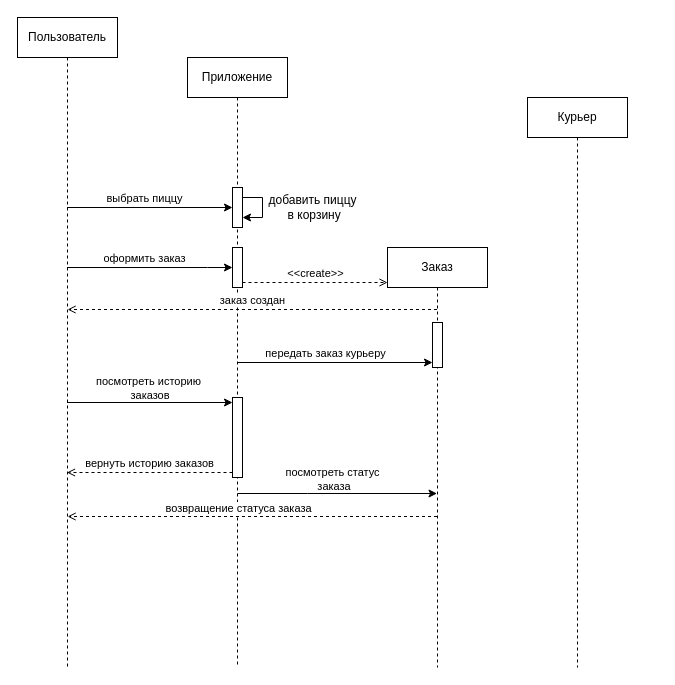
Earlier version of the draw.io diagram ДиаграммаПоследовательности.drawio (hard-gainer/UML). Source tidied: cells renumbered, new cells numbered last; positions are measured from the earlier drawing's top-left corner, leaving out a move shared by most shapes. Both pictures are drawn from the tidied source at 100%, with x=0, y=0 at pixel (17, 17).
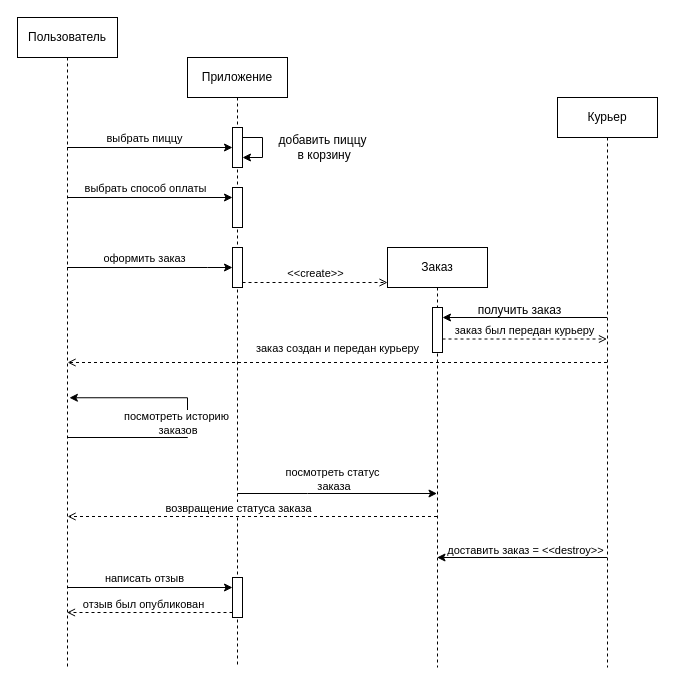
The same page after the edit.

The change refers to these unchanged cells:
```xml
<mxCell id="4" value="Пользователь" style="shape=umlLifeline;perimeter=lifelinePerimeter;whiteSpace=wrap;html=1;outlineConnect=0;portConstraint=eastwest;newEdgeStyle={&quot;edgeStyle&quot;:&quot;elbowEdgeStyle&quot;,&quot;elbow&quot;:&quot;vertical&quot;,&quot;curved&quot;:0,&quot;rounded&quot;:0};" parent="1" vertex="1">
  <mxGeometry width="100" height="650" as="geometry" />
</mxCell>
<mxCell id="5" value="Приложение" style="shape=umlLifeline;perimeter=lifelinePerimeter;whiteSpace=wrap;html=1;outlineConnect=0;portConstraint=eastwest;newEdgeStyle={&quot;edgeStyle&quot;:&quot;elbowEdgeStyle&quot;,&quot;elbow&quot;:&quot;vertical&quot;,&quot;curved&quot;:0,&quot;rounded&quot;:0};" parent="1" vertex="1">
  <mxGeometry x="170" y="40" width="100" height="610" as="geometry" />
</mxCell>
<mxCell id="12" value="Заказ" style="shape=umlLifeline;perimeter=lifelinePerimeter;whiteSpace=wrap;html=1;outlineConnect=0;portConstraint=eastwest;newEdgeStyle={&quot;edgeStyle&quot;:&quot;elbowEdgeStyle&quot;,&quot;elbow&quot;:&quot;vertical&quot;,&quot;curved&quot;:0,&quot;rounded&quot;:0};" parent="1" vertex="1">
  <mxGeometry x="370" y="230" width="100" height="420" as="geometry" />
</mxCell>
```

Change to the diagram source:
```diff
@@
     <mxCell id="6" style="html=1;points=[[0,0,0,0,5],[0,1,0,0,-5],[1,0,0,0,5],[1,1,0,0,-5]];perimeter=orthogonalPerimeter;outlineConnect=0;targetShapes=umlLifeline;portConstraint=eastwest;newEdgeStyle={&quot;curved&quot;:0,&quot;rounded&quot;:0};" parent="5" vertex="1">
-      <mxGeometry x="45" y="130" width="10" height="40" as="geometry" />
+      <mxGeometry x="45" y="70" width="10" height="40" as="geometry" />
     </mxCell>
@@
-    <mxCell id="9" style="html=1;points=[[0,0,0,0,5],[0,1,0,0,-5],[1,0,0,0,5],[1,1,0,0,-5]];perimeter=orthogonalPerimeter;outlineConnect=0;targetShapes=umlLifeline;portConstraint=eastwest;newEdgeStyle={&quot;curved&quot;:0,&quot;rounded&quot;:0};" parent="5" vertex="1">
-      <mxGeometry x="45" y="340" width="10" height="80" as="geometry" />
-    </mxCell>
+    <mxCell id="26" style="html=1;points=[[0,0,0,0,5],[0,1,0,0,-5],[1,0,0,0,5],[1,1,0,0,-5]];perimeter=orthogonalPerimeter;outlineConnect=0;targetShapes=umlLifeline;portConstraint=eastwest;newEdgeStyle={&quot;curved&quot;:0,&quot;rounded&quot;:0};" parent="5" vertex="1">
+      <mxGeometry x="45" y="130" width="10" height="40" as="geometry" />
+    </mxCell>
+    <mxCell id="27" style="html=1;points=[[0,0,0,0,5],[0,1,0,0,-5],[1,0,0,0,5],[1,1,0,0,-5]];perimeter=orthogonalPerimeter;outlineConnect=0;targetShapes=umlLifeline;portConstraint=eastwest;newEdgeStyle={&quot;curved&quot;:0,&quot;rounded&quot;:0};" parent="5" vertex="1">
+      <mxGeometry x="45" y="520" width="10" height="40" as="geometry" />
+    </mxCell>
+    <mxCell id="28" style="edgeStyle=elbowEdgeStyle;rounded=0;jettySize=auto;html=1;elbow=vertical;curved=0;" parent="1" edge="1" source="10" target="13">
+      <mxGeometry relative="1" as="geometry">
+        <Array as="points">
+          <mxPoint x="430" y="300" />
+        </Array>
+      </mxGeometry>
+    </mxCell>
     <mxCell id="10" value="Курьер" style="shape=umlLifeline;perimeter=lifelinePerimeter;whiteSpace=wrap;html=1;outlineConnect=0;portConstraint=eastwest;newEdgeStyle={&quot;edgeStyle&quot;:&quot;elbowEdgeStyle&quot;,&quot;elbow&quot;:&quot;vertical&quot;,&quot;curved&quot;:0,&quot;rounded&quot;:0};" parent="1" vertex="1">
-      <mxGeometry x="510" y="80" width="100" height="570" as="geometry" />
+      <mxGeometry x="540" y="80" width="100" height="570" as="geometry" />
     </mxCell>
     <mxCell id="11" value="добавить пиццу&lt;div&gt;&amp;nbsp;в корзину&lt;/div&gt;" style="text;html=1;align=center;verticalAlign=middle;strokeColor=none;fillColor=none;" parent="1" vertex="1">
-      <mxGeometry x="240" y="170" width="110" height="40" as="geometry" />
+      <mxGeometry x="250" y="110" width="110" height="40" as="geometry" />
     </mxCell>
@@
     <mxCell id="13" style="html=1;points=[[0,0,0,0,5],[0,1,0,0,-5],[1,0,0,0,5],[1,1,0,0,-5]];perimeter=orthogonalPerimeter;outlineConnect=0;targetShapes=umlLifeline;portConstraint=eastwest;newEdgeStyle={&quot;curved&quot;:0,&quot;rounded&quot;:0};" parent="12" vertex="1">
-      <mxGeometry x="45" y="75" width="10" height="45" as="geometry" />
+      <mxGeometry x="45" y="60" width="10" height="45" as="geometry" />
     </mxCell>
@@
-    <mxCell id="16" style="edgeStyle=elbowEdgeStyle;rounded=0;jettySize=auto;html=1;elbow=vertical;curved=0;entryX=0;entryY=0;entryDx=0;entryDy=5;entryPerimeter=0;" parent="1" edge="1" source="4" target="9">
-      <mxGeometry relative="1" as="geometry">
-        <Array as="points">
-          <mxPoint x="100" y="385" />
-          <mxPoint x="20" y="360" />
-          <mxPoint x="10" y="370" />
-        </Array>
-      </mxGeometry>
-    </mxCell>
-    <mxCell id="17" value="посмотреть историю&lt;div&gt;&amp;nbsp;заказов&lt;/div&gt;" style="edgeLabel;html=1;align=center;verticalAlign=middle;" parent="16" vertex="1">
-      <mxGeometry x="-0.24" y="1" relative="1" as="geometry">
-        <mxPoint x="18" y="-14" as="offset" />
-      </mxGeometry>
-    </mxCell>
@@
-    <mxCell id="19" value="вернуть историю заказов" style="html=1;verticalAlign=bottom;labelBackgroundColor=none;endArrow=open;endFill=0;dashed=1;rounded=0;exitX=0;exitY=1;exitDx=0;exitDy=-5;exitPerimeter=0;" parent="1" edge="1" source="9" target="4">
-      <mxGeometry relative="1" as="geometry" />
-    </mxCell>
@@
-    <mxCell id="22" value="заказ создан" style="html=1;verticalAlign=bottom;labelBackgroundColor=default;endArrow=open;endFill=0;dashed=1;rounded=0;" parent="1" edge="1">
-      <mxGeometry relative="1" as="geometry">
-        <mxPoint x="419.5" y="292" as="sourcePoint" />
-        <mxPoint x="50.1" y="292" as="targetPoint" />
+    <mxCell id="22" value="заказ создан и передан курьеру" style="html=1;verticalAlign=bottom;labelBackgroundColor=default;endArrow=open;endFill=0;dashed=1;rounded=0;" parent="1" edge="1" source="10">
+      <mxGeometry y="-5" relative="1" as="geometry">
+        <mxPoint x="50.1" y="345" as="targetPoint" />
       </mxGeometry>
     </mxCell>
@@
-    <mxCell id="24" style="edgeStyle=elbowEdgeStyle;rounded=0;jettySize=auto;html=1;elbow=vertical;curved=0;" parent="1" edge="1" source="5" target="13">
-      <mxGeometry relative="1" as="geometry">
-        <Array as="points">
-          <mxPoint x="261" y="323" />
-          <mxPoint x="246" y="337.8" />
-        </Array>
-      </mxGeometry>
-    </mxCell>
-    <mxCell id="25" value="передать заказ курьеру" style="edgeLabel;html=1;align=center;verticalAlign=middle;" parent="24" vertex="1">
-      <mxGeometry x="-0.24" y="1" relative="1" as="geometry">
-        <mxPoint x="14" y="-9" as="offset" />
-      </mxGeometry>
-    </mxCell>
+    <mxCell id="29" style="edgeStyle=elbowEdgeStyle;rounded=0;jettySize=auto;html=1;elbow=vertical;curved=0;" parent="1" edge="1" target="26">
+      <mxGeometry relative="1" as="geometry">
+        <mxPoint x="50.3" y="180" as="sourcePoint" />
+        <Array as="points">
+          <mxPoint x="213" y="180" />
+        </Array>
+      </mxGeometry>
+    </mxCell>
+    <mxCell id="30" value="выбрать способ оплаты" style="edgeLabel;html=1;align=center;verticalAlign=middle;" parent="29" vertex="1">
+      <mxGeometry x="-0.24" y="1" relative="1" as="geometry">
+        <mxPoint x="14" y="-9" as="offset" />
+      </mxGeometry>
+    </mxCell>
+    <mxCell id="31" style="edgeStyle=elbowEdgeStyle;rounded=0;jettySize=auto;html=1;elbow=vertical;curved=0;" parent="1" edge="1" source="10" target="12">
+      <mxGeometry relative="1" as="geometry">
+        <Array as="points">
+          <mxPoint x="500" y="540" />
+          <mxPoint x="416" y="575.8" />
+        </Array>
+      </mxGeometry>
+    </mxCell>
+    <mxCell id="32" value="доставить заказ = &amp;lt;&amp;lt;destroy&amp;gt;&amp;gt;" style="edgeLabel;html=1;align=center;verticalAlign=middle;" parent="31" vertex="1">
+      <mxGeometry x="-0.24" y="1" relative="1" as="geometry">
+        <mxPoint x="-17" y="-9" as="offset" />
+      </mxGeometry>
+    </mxCell>
+    <mxCell id="33" style="edgeStyle=elbowEdgeStyle;rounded=0;jettySize=auto;html=1;elbow=vertical;curved=0;" parent="1" edge="1" source="4" target="27">
+      <mxGeometry relative="1" as="geometry">
+        <Array as="points">
+          <mxPoint x="213" y="570" />
+        </Array>
+      </mxGeometry>
+    </mxCell>
+    <mxCell id="34" value="написать отзыв" style="edgeLabel;html=1;align=center;verticalAlign=middle;" parent="33" vertex="1">
+      <mxGeometry x="-0.24" y="1" relative="1" as="geometry">
+        <mxPoint x="14" y="-9" as="offset" />
+      </mxGeometry>
+    </mxCell>
+    <mxCell id="35" value="отзыв был опубликован" style="html=1;verticalAlign=bottom;labelBackgroundColor=default;endArrow=open;endFill=0;dashed=1;rounded=0;exitX=0;exitY=1;exitDx=0;exitDy=-5;exitPerimeter=0;" parent="1" edge="1" source="27" target="4">
+      <mxGeometry x="0.08" y="1" relative="1" as="geometry" />
+    </mxCell>
+    <mxCell id="36" value="получить заказ" style="text;html=1;align=center;verticalAlign=middle;strokeColor=none;fillColor=none;" parent="1" vertex="1">
+      <mxGeometry x="447" y="278" width="110" height="30" as="geometry" />
+    </mxCell>
+    <mxCell id="37" value="заказ был передан курьеру" style="html=1;verticalAlign=bottom;labelBackgroundColor=none;endArrow=open;endFill=0;dashed=1;rounded=0;" parent="1" edge="1" target="10">
+      <mxGeometry relative="1" as="geometry">
+        <mxPoint x="425" y="321.5" as="sourcePoint" />
+      </mxGeometry>
+    </mxCell>
+    <mxCell id="38" style="edgeStyle=elbowEdgeStyle;rounded=0;orthogonalLoop=1;jettySize=auto;html=1;elbow=vertical;curved=0;entryX=0.519;entryY=0.585;entryDx=0;entryDy=0;entryPerimeter=0;" parent="1" edge="1" source="4" target="4">
+      <mxGeometry relative="1" as="geometry">
+        <Array as="points">
+          <mxPoint x="170" y="420" />
+        </Array>
+      </mxGeometry>
+    </mxCell>
+    <mxCell id="17" value="посмотреть историю&lt;div&gt;&amp;nbsp;заказов&lt;/div&gt;" style="edgeLabel;html=1;align=center;verticalAlign=middle;" parent="1" vertex="1">
+      <mxGeometry x="158.8" y="405" as="geometry" />
+    </mxCell>
```
